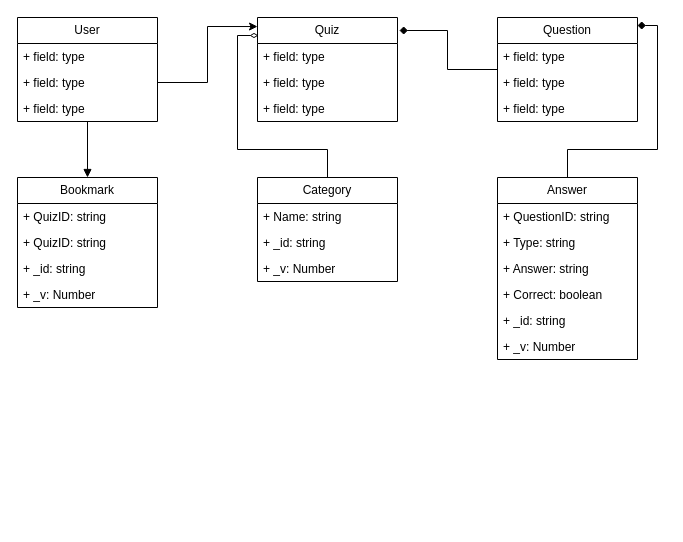
AksharNana/QuizPlatform-Docs keeps this draw.io diagram as views/Untitled Diagram.drawio. Above is the earlier version. Source tidied: cells renumbered, new cells numbered last; positions are measured from the earlier drawing's top-left corner, leaving out a move shared by most shapes. Both pictures are drawn from the tidied source at 100%, with x=0, y=0 at pixel (17, 17).
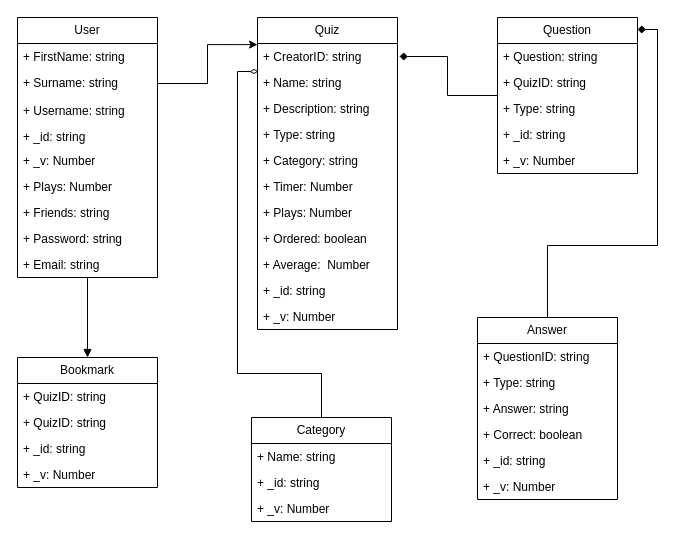
The same diagram, later.

Commit message:
Finished Class diagram

Diff of the diagram source:
```diff
@@
     <mxCell id="3" value="User" style="swimlane;fontStyle=0;horizontal=1;startSize=26;fillColor=none;whiteSpace=wrap;html=1;" parent="1" vertex="1">
-      <mxGeometry width="140" height="104" as="geometry" />
+      <mxGeometry width="140" height="260" as="geometry" />
     </mxCell>
-    <mxCell id="4" value="+ field: type" style="text;strokeColor=none;fillColor=none;align=left;verticalAlign=top;spacingLeft=4;spacingRight=4;overflow=hidden;whiteSpace=wrap;html=1;" parent="3" vertex="1">
+    <mxCell id="4" value="+ FirstName: string" style="text;strokeColor=none;fillColor=none;align=left;verticalAlign=top;spacingLeft=4;spacingRight=4;overflow=hidden;whiteSpace=wrap;html=1;" parent="3" vertex="1">
       <mxGeometry y="26" width="140" height="26" as="geometry" />
     </mxCell>
-    <mxCell id="5" value="+ field: type" style="text;strokeColor=none;fillColor=none;align=left;verticalAlign=top;spacingLeft=4;spacingRight=4;overflow=hidden;points=[[0,0.5],[1,0.5]];portConstraint=eastwest;whiteSpace=wrap;html=1;" parent="3" vertex="1">
-      <mxGeometry y="52" width="140" height="26" as="geometry" />
+    <mxCell id="5" value="+ Surname: string" style="text;strokeColor=none;fillColor=none;align=left;verticalAlign=top;spacingLeft=4;spacingRight=4;overflow=hidden;points=[[0,0.5],[1,0.5]];portConstraint=eastwest;whiteSpace=wrap;html=1;" parent="3" vertex="1">
+      <mxGeometry y="52" width="140" height="28" as="geometry" />
     </mxCell>
-    <mxCell id="6" value="+ field: type" style="text;strokeColor=none;fillColor=none;align=left;verticalAlign=top;spacingLeft=4;spacingRight=4;overflow=hidden;whiteSpace=wrap;html=1;" parent="3" vertex="1">
-      <mxGeometry y="78" width="140" height="26" as="geometry" />
+    <mxCell id="6" value="+ Username: string" style="text;strokeColor=none;fillColor=none;align=left;verticalAlign=top;spacingLeft=4;spacingRight=4;overflow=hidden;whiteSpace=wrap;html=1;" parent="3" vertex="1">
+      <mxGeometry y="80" width="140" height="26" as="geometry" />
     </mxCell>
+    <mxCell id="35" value="+ _id: string" style="text;strokeColor=none;fillColor=none;align=left;verticalAlign=top;spacingLeft=4;spacingRight=4;overflow=hidden;whiteSpace=wrap;html=1;" parent="3" vertex="1">
+      <mxGeometry y="106" width="140" height="24" as="geometry" />
+    </mxCell>
+    <mxCell id="36" value="+ _v: Number" style="text;strokeColor=none;fillColor=none;align=left;verticalAlign=top;spacingLeft=4;spacingRight=4;overflow=hidden;whiteSpace=wrap;html=1;" parent="3" vertex="1">
+      <mxGeometry y="130" width="140" height="26" as="geometry" />
+    </mxCell>
+    <mxCell id="37" value="+ Plays: Number" style="text;strokeColor=none;fillColor=none;align=left;verticalAlign=top;spacingLeft=4;spacingRight=4;overflow=hidden;whiteSpace=wrap;html=1;" parent="3" vertex="1">
+      <mxGeometry y="156" width="140" height="26" as="geometry" />
+    </mxCell>
+    <mxCell id="38" value="+ Friends: string" style="text;strokeColor=none;fillColor=none;align=left;verticalAlign=top;spacingLeft=4;spacingRight=4;overflow=hidden;whiteSpace=wrap;html=1;" parent="3" vertex="1">
+      <mxGeometry y="182" width="140" height="26" as="geometry" />
+    </mxCell>
+    <mxCell id="39" value="+ Password: string" style="text;strokeColor=none;fillColor=none;align=left;verticalAlign=top;spacingLeft=4;spacingRight=4;overflow=hidden;whiteSpace=wrap;html=1;" parent="3" vertex="1">
+      <mxGeometry y="208" width="140" height="26" as="geometry" />
+    </mxCell>
+    <mxCell id="40" value="+ Email: string" style="text;strokeColor=none;fillColor=none;align=left;verticalAlign=top;spacingLeft=4;spacingRight=4;overflow=hidden;whiteSpace=wrap;html=1;" parent="3" vertex="1">
+      <mxGeometry y="234" width="140" height="26" as="geometry" />
+    </mxCell>
     <mxCell id="7" value="Quiz" style="swimlane;fontStyle=0;horizontal=1;startSize=26;fillColor=none;whiteSpace=wrap;html=1;" parent="1" vertex="1">
-      <mxGeometry x="240" width="140" height="104" as="geometry" />
+      <mxGeometry x="240" width="140" height="312" as="geometry" />
     </mxCell>
-    <mxCell id="8" value="+ field: type" style="text;strokeColor=none;fillColor=none;align=left;verticalAlign=top;spacingLeft=4;spacingRight=4;overflow=hidden;whiteSpace=wrap;html=1;" parent="7" vertex="1">
+    <mxCell id="8" value="+ CreatorID: string" style="text;strokeColor=none;fillColor=none;align=left;verticalAlign=top;spacingLeft=4;spacingRight=4;overflow=hidden;whiteSpace=wrap;html=1;" parent="7" vertex="1">
       <mxGeometry y="26" width="140" height="26" as="geometry" />
     </mxCell>
-    <mxCell id="9" value="+ field: type" style="text;strokeColor=none;fillColor=none;align=left;verticalAlign=top;spacingLeft=4;spacingRight=4;overflow=hidden;whiteSpace=wrap;html=1;" parent="7" vertex="1">
+    <mxCell id="9" value="+ Name: string" style="text;strokeColor=none;fillColor=none;align=left;verticalAlign=top;spacingLeft=4;spacingRight=4;overflow=hidden;whiteSpace=wrap;html=1;" parent="7" vertex="1">
       <mxGeometry y="52" width="140" height="26" as="geometry" />
     </mxCell>
-    <mxCell id="10" value="+ field: type" style="text;strokeColor=none;fillColor=none;align=left;verticalAlign=top;spacingLeft=4;spacingRight=4;overflow=hidden;whiteSpace=wrap;html=1;" parent="7" vertex="1">
+    <mxCell id="10" value="+ Description: string" style="text;strokeColor=none;fillColor=none;align=left;verticalAlign=top;spacingLeft=4;spacingRight=4;overflow=hidden;whiteSpace=wrap;html=1;" parent="7" vertex="1">
       <mxGeometry y="78" width="140" height="26" as="geometry" />
     </mxCell>
+    <mxCell id="41" value="+ Type: string" style="text;strokeColor=none;fillColor=none;align=left;verticalAlign=top;spacingLeft=4;spacingRight=4;overflow=hidden;whiteSpace=wrap;html=1;" parent="7" vertex="1">
+      <mxGeometry y="104" width="140" height="26" as="geometry" />
+    </mxCell>
+    <mxCell id="42" value="+ Category: string" style="text;strokeColor=none;fillColor=none;align=left;verticalAlign=top;spacingLeft=4;spacingRight=4;overflow=hidden;whiteSpace=wrap;html=1;" parent="7" vertex="1">
+      <mxGeometry y="130" width="140" height="26" as="geometry" />
+    </mxCell>
+    <mxCell id="43" value="+ Timer: Number" style="text;strokeColor=none;fillColor=none;align=left;verticalAlign=top;spacingLeft=4;spacingRight=4;overflow=hidden;whiteSpace=wrap;html=1;" parent="7" vertex="1">
+      <mxGeometry y="156" width="140" height="26" as="geometry" />
+    </mxCell>
+    <mxCell id="44" value="+ Plays: Number" style="text;strokeColor=none;fillColor=none;align=left;verticalAlign=top;spacingLeft=4;spacingRight=4;overflow=hidden;whiteSpace=wrap;html=1;" parent="7" vertex="1">
+      <mxGeometry y="182" width="140" height="26" as="geometry" />
+    </mxCell>
+    <mxCell id="45" value="+ Ordered: boolean" style="text;strokeColor=none;fillColor=none;align=left;verticalAlign=top;spacingLeft=4;spacingRight=4;overflow=hidden;whiteSpace=wrap;html=1;" parent="7" vertex="1">
+      <mxGeometry y="208" width="140" height="26" as="geometry" />
+    </mxCell>
+    <mxCell id="46" value="+ Average:&amp;nbsp; Number" style="text;strokeColor=none;fillColor=none;align=left;verticalAlign=top;spacingLeft=4;spacingRight=4;overflow=hidden;whiteSpace=wrap;html=1;" parent="7" vertex="1">
+      <mxGeometry y="234" width="140" height="26" as="geometry" />
+    </mxCell>
+    <mxCell id="47" value="+ _id: string" style="text;strokeColor=none;fillColor=none;align=left;verticalAlign=top;spacingLeft=4;spacingRight=4;overflow=hidden;whiteSpace=wrap;html=1;" parent="7" vertex="1">
+      <mxGeometry y="260" width="140" height="26" as="geometry" />
+    </mxCell>
+    <mxCell id="48" value="+ _v: Number" style="text;strokeColor=none;fillColor=none;align=left;verticalAlign=top;spacingLeft=4;spacingRight=4;overflow=hidden;whiteSpace=wrap;html=1;" parent="7" vertex="1">
+      <mxGeometry y="286" width="140" height="26" as="geometry" />
+    </mxCell>
@@
     <mxCell id="12" value="Question" style="swimlane;fontStyle=0;horizontal=1;startSize=26;fillColor=none;whiteSpace=wrap;html=1;" parent="1" vertex="1">
-      <mxGeometry x="480" width="140" height="104" as="geometry" />
+      <mxGeometry x="480" width="140" height="156" as="geometry" />
     </mxCell>
-    <mxCell id="13" value="+ field: type" style="text;strokeColor=none;fillColor=none;align=left;verticalAlign=top;spacingLeft=4;spacingRight=4;overflow=hidden;whiteSpace=wrap;html=1;" parent="12" vertex="1">
+    <mxCell id="13" value="+ Question: string" style="text;strokeColor=none;fillColor=none;align=left;verticalAlign=top;spacingLeft=4;spacingRight=4;overflow=hidden;whiteSpace=wrap;html=1;" parent="12" vertex="1">
       <mxGeometry y="26" width="140" height="26" as="geometry" />
     </mxCell>
-    <mxCell id="14" value="+ field: type" style="text;strokeColor=none;fillColor=none;align=left;verticalAlign=top;spacingLeft=4;spacingRight=4;overflow=hidden;whiteSpace=wrap;html=1;" parent="12" vertex="1">
+    <mxCell id="14" value="+ QuizID: string" style="text;strokeColor=none;fillColor=none;align=left;verticalAlign=top;spacingLeft=4;spacingRight=4;overflow=hidden;whiteSpace=wrap;html=1;" parent="12" vertex="1">
       <mxGeometry y="52" width="140" height="26" as="geometry" />
     </mxCell>
-    <mxCell id="15" value="+ field: type" style="text;strokeColor=none;fillColor=none;align=left;verticalAlign=top;spacingLeft=4;spacingRight=4;overflow=hidden;whiteSpace=wrap;html=1;" parent="12" vertex="1">
+    <mxCell id="15" value="+ Type: string" style="text;strokeColor=none;fillColor=none;align=left;verticalAlign=top;spacingLeft=4;spacingRight=4;overflow=hidden;whiteSpace=wrap;html=1;" parent="12" vertex="1">
       <mxGeometry y="78" width="140" height="26" as="geometry" />
     </mxCell>
+    <mxCell id="49" value="+ _id: string" style="text;strokeColor=none;fillColor=none;align=left;verticalAlign=top;spacingLeft=4;spacingRight=4;overflow=hidden;whiteSpace=wrap;html=1;" parent="12" vertex="1">
+      <mxGeometry y="104" width="140" height="26" as="geometry" />
+    </mxCell>
+    <mxCell id="50" value="+ _v: Number&amp;nbsp;" style="text;strokeColor=none;fillColor=none;align=left;verticalAlign=top;spacingLeft=4;spacingRight=4;overflow=hidden;whiteSpace=wrap;html=1;" parent="12" vertex="1">
+      <mxGeometry y="130" width="140" height="26" as="geometry" />
+    </mxCell>
@@
     <mxCell id="17" value="Answer" style="swimlane;fontStyle=0;horizontal=1;startSize=26;fillColor=none;whiteSpace=wrap;html=1;" parent="1" vertex="1">
-      <mxGeometry x="480" y="160" width="140" height="182" as="geometry" />
+      <mxGeometry x="460" y="300" width="140" height="182" as="geometry" />
     </mxCell>
@@
     <mxCell id="25" value="Category" style="swimlane;fontStyle=0;horizontal=1;startSize=26;fillColor=none;whiteSpace=wrap;html=1;" parent="1" vertex="1">
-      <mxGeometry x="240" y="160" width="140" height="104" as="geometry" />
+      <mxGeometry x="234" y="400" width="140" height="104" as="geometry" />
     </mxCell>
@@
     <mxCell id="29" value="Bookmark" style="swimlane;fontStyle=0;horizontal=1;startSize=26;fillColor=none;whiteSpace=wrap;html=1;" parent="1" vertex="1">
-      <mxGeometry y="160" width="140" height="130" as="geometry" />
+      <mxGeometry y="340" width="140" height="130" as="geometry" />
     </mxCell>
```
